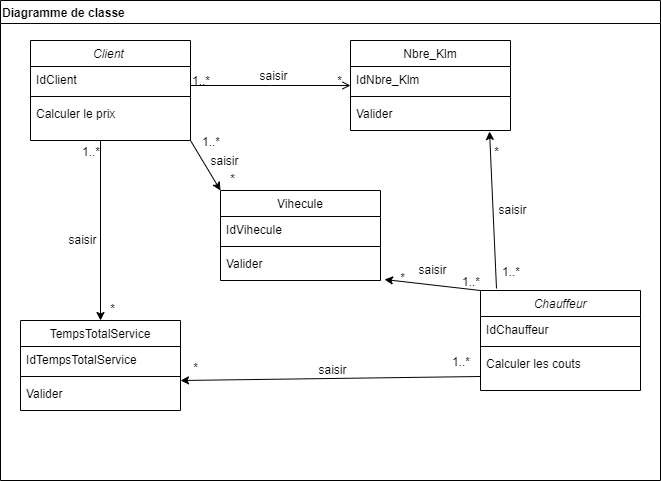
mohammedtlili/WASSALI keeps this draw.io diagram as class_D_F.drawio.png. Above is the earlier version. Source tidied: cells renumbered, new cells last; positions are measured from the earlier drawing's top-left corner, leaving out a move shared by most shapes.
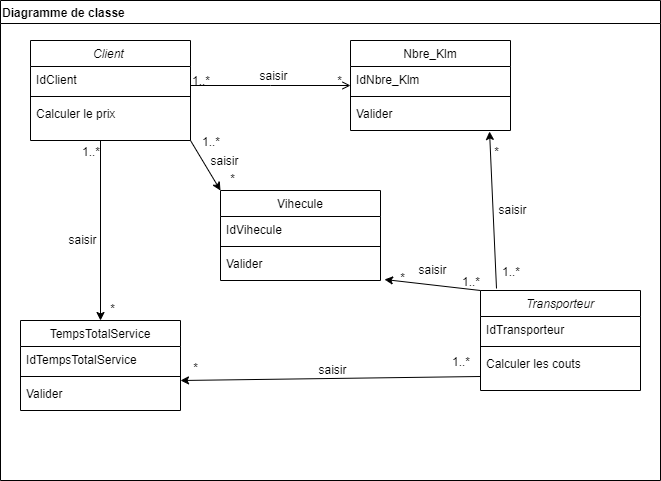
After the commit.

Change to the diagram source:
```diff
@@ -63,10 +63,10 @@
         <mxPoint x="100" y="210" as="sourcePoint" />
       </mxGeometry>
     </mxCell>
-    <mxCell id="19" value="Chauffeur" style="swimlane;fontStyle=2;align=center;verticalAlign=top;horizontal=1;startSize=26;rounded=0;shadow=0;strokeWidth=1;" parent="1" vertex="1">
+    <mxCell id="19" value="Transporteur" style="swimlane;fontStyle=2;align=center;verticalAlign=top;horizontal=1;startSize=26;rounded=0;shadow=0;strokeWidth=1;" parent="1" vertex="1">
       <mxGeometry x="480" y="360" width="160" height="100" as="geometry" />
     </mxCell>
-    <mxCell id="20" value="IdChauffeur" style="text;align=left;verticalAlign=top;spacingLeft=4;spacingRight=4;overflow=hidden;" parent="19" vertex="1">
+    <mxCell id="20" value="IdTransporteur" style="text;align=left;verticalAlign=top;spacingLeft=4;spacingRight=4;overflow=hidden;" parent="19" vertex="1">
       <mxGeometry y="26" width="160" height="26" as="geometry" />
     </mxCell>
     <mxCell id="21" style="line;html=1;strokeWidth=1;align=left;verticalAlign=middle;spacingTop=-1;spacingLeft=3;spacingRight=3;labelPosition=right;" parent="19" vertex="1">
```
